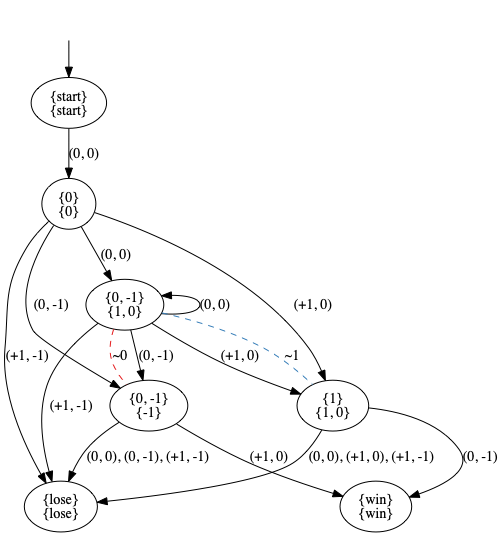
The Graphviz diagram pictures/GK.png in olandr/mkbsc, before a commit. Its source is kept beside it as pictures/GK.dot. Its diagram source:
```dot
digraph  {
concentrate=False;
nodesep=0.5;
ranksep=0.5;
splines=True;
4674569496 [label="{start}\n{start}"];
4674569552 [label="{0}\n{0}"];
4674569104 [label="{0, -1}\n{1, 0}"];
4674572184 [label="{1}\n{1, 0}"];
4674571568 [label="{0, -1}\n{-1}"];
4674571848 [label="{lose}\n{lose}"];
4674518936 [label="{win}\n{win}"];
hidden [label="", shape=none];
4674569496 -> 4674569552  [action="('0', '0')", key="('0', '0')", label="(0, 0)"];
4674569552 -> 4674569104  [action="('0', '0')", key="('0', '0')", label="(0, 0)"];
4674569552 -> 4674572184  [action="('+1', '0')", key="('+1', '0')", label="(+1, 0)"];
4674569552 -> 4674571568  [action="('0', '-1')", key="('0', '-1')", label="(0, -1)"];
4674569552 -> 4674571848  [action="('+1', '-1')", key="('+1', '-1')", label="(+1, -1)"];
4674569104 -> 4674569104  [action="('0', '0')", dir=back, key="('0', '0')", label="(0, 0)"];
4674569104 -> 4674572184  [action="('+1', '0')", key="('+1', '0')", label="(+1, 0)"];
4674569104 -> 4674572184  [arrowhead=none, color=2, colorscheme=set19, constraint=True, key=1, label="~1", style=dashed];
4674569104 -> 4674571568  [action="('0', '-1')", key="('0', '-1')", label="(0, -1)"];
4674569104 -> 4674571568  [arrowhead=none, color=1, colorscheme=set19, constraint=True, key=1, label="~0", style=dashed];
4674569104 -> 4674571848  [action="('+1', '-1')", key="('+1', '-1')", label="(+1, -1)"];
4674572184 -> 4674518936  [action="('0', '-1')", key="('0', '-1')", label="(0, -1)"];
4674572184 -> 4674571848  [action="(('0', '0'), ('+1', '0'), ('+1', '-1'))", key="(('0', '0'), ('+1', '0'), ('+1', '-1'))", label="(0, 0), (+1, 0), (+1, -1)"];
4674571568 -> 4674518936  [action="('+1', '0')", key="('+1', '0')", label="(+1, 0)"];
4674571568 -> 4674571848  [action="(('0', '0'), ('0', '-1'), ('+1', '-1'))", key="(('0', '0'), ('0', '-1'), ('+1', '-1'))", label="(0, 0), (0, -1), (+1, -1)"];
hidden -> 4674569496  [key=0];
}
```
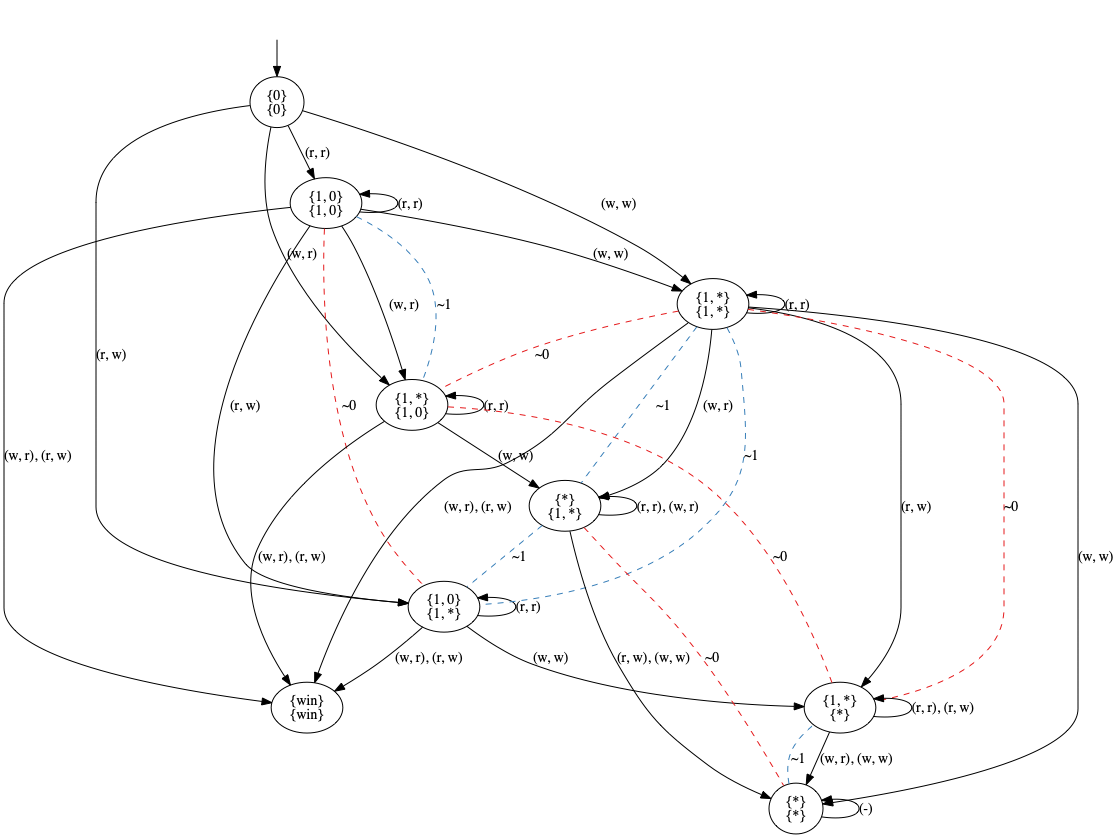
After the commit.

What changed in the source:
```diff
@@ -3,28 +3,50 @@
 nodesep=0.5;
 ranksep=0.5;
 splines=True;
-4674569496 [label="{start}\n{start}"];
-4674569552 [label="{0}\n{0}"];
-4674569104 [label="{0, -1}\n{1, 0}"];
-4674572184 [label="{1}\n{1, 0}"];
-4674571568 [label="{0, -1}\n{-1}"];
-4674571848 [label="{lose}\n{lose}"];
-4674518936 [label="{win}\n{win}"];
+4624182912 [label="{0}\n{0}"];
+4624182968 [label="{1, 0}\n{1, 0}"];
+4624182128 [label="{1, *}\n{1, 0}"];
+4624183248 [label="{1, 0}\n{1, *}"];
+4624180224 [label="{1, *}\n{1, *}"];
+4624180336 [label="{win}\n{win}"];
+4624114856 [label="{*}\n{1, *}"];
+4624115136 [label="{1, *}\n{*}"];
+4624115528 [label="{*}\n{*}"];
 hidden [label="", shape=none];
-4674569496 -> 4674569552  [action="('0', '0')", key="('0', '0')", label="(0, 0)"];
-4674569552 -> 4674569104  [action="('0', '0')", key="('0', '0')", label="(0, 0)"];
-4674569552 -> 4674572184  [action="('+1', '0')", key="('+1', '0')", label="(+1, 0)"];
-4674569552 -> 4674571568  [action="('0', '-1')", key="('0', '-1')", label="(0, -1)"];
-4674569552 -> 4674571848  [action="('+1', '-1')", key="('+1', '-1')", label="(+1, -1)"];
-4674569104 -> 4674569104  [action="('0', '0')", dir=back, key="('0', '0')", label="(0, 0)"];
-4674569104 -> 4674572184  [action="('+1', '0')", key="('+1', '0')", label="(+1, 0)"];
-4674569104 -> 4674572184  [arrowhead=none, color=2, colorscheme=set19, constraint=True, key=1, label="~1", style=dashed];
-4674569104 -> 4674571568  [action="('0', '-1')", key="('0', '-1')", label="(0, -1)"];
-4674569104 -> 4674571568  [arrowhead=none, color=1, colorscheme=set19, constraint=True, key=1, label="~0", style=dashed];
-4674569104 -> 4674571848  [action="('+1', '-1')", key="('+1', '-1')", label="(+1, -1)"];
-4674572184 -> 4674518936  [action="('0', '-1')", key="('0', '-1')", label="(0, -1)"];
-4674572184 -> 4674571848  [action="(('0', '0'), ('+1', '0'), ('+1', '-1'))", key="(('0', '0'), ('+1', '0'), ('+1', '-1'))", label="(0, 0), (+1, 0), (+1, -1)"];
-4674571568 -> 4674518936  [action="('+1', '0')", key="('+1', '0')", label="(+1, 0)"];
-4674571568 -> 4674571848  [action="(('0', '0'), ('0', '-1'), ('+1', '-1'))", key="(('0', '0'), ('0', '-1'), ('+1', '-1'))", label="(0, 0), (0, -1), (+1, -1)"];
-hidden -> 4674569496  [key=0];
+4624182912 -> 4624182968  [action="('r', 'r')", key="('r', 'r')", label="(r, r)"];
+4624182912 -> 4624182128  [action="('w', 'r')", key="('w', 'r')", label="(w, r)"];
+4624182912 -> 4624183248  [action="('r', 'w')", key="('r', 'w')", label="(r, w)"];
+4624182912 -> 4624180224  [action="('w', 'w')", key="('w', 'w')", label="(w, w)"];
+4624182968 -> 4624182968  [action="('r', 'r')", dir=back, key="('r', 'r')", label="(r, r)"];
+4624182968 -> 4624182128  [action="('w', 'r')", key="('w', 'r')", label="(w, r)"];
+4624182968 -> 4624182128  [arrowhead=none, color=2, colorscheme=set19, constraint=True, key=1, label="~1", style=dashed];
+4624182968 -> 4624183248  [action="('r', 'w')", key="('r', 'w')", label="(r, w)"];
+4624182968 -> 4624183248  [arrowhead=none, color=1, colorscheme=set19, constraint=True, key=1, label="~0", style=dashed];
+4624182968 -> 4624180224  [action="('w', 'w')", key="('w', 'w')", label="(w, w)"];
+4624182968 -> 4624180336  [action="(('w', 'r'), ('r', 'w'))", key="(('w', 'r'), ('r', 'w'))", label="(w, r), (r, w)"];
+4624182128 -> 4624182128  [action="('r', 'r')", dir=back, key="('r', 'r')", label="(r, r)"];
+4624182128 -> 4624114856  [action="('w', 'w')", key="('w', 'w')", label="(w, w)"];
+4624182128 -> 4624180336  [action="(('w', 'r'), ('r', 'w'))", key="(('w', 'r'), ('r', 'w'))", label="(w, r), (r, w)"];
+4624183248 -> 4624183248  [action="('r', 'r')", dir=back, key="('r', 'r')", label="(r, r)"];
+4624183248 -> 4624115136  [action="('w', 'w')", key="('w', 'w')", label="(w, w)"];
+4624183248 -> 4624180336  [action="(('w', 'r'), ('r', 'w'))", key="(('w', 'r'), ('r', 'w'))", label="(w, r), (r, w)"];
+4624180224 -> 4624180224  [action="('r', 'r')", dir=back, key="('r', 'r')", label="(r, r)"];
+4624180224 -> 4624114856  [action="('w', 'r')", key="('w', 'r')", label="(w, r)"];
+4624180224 -> 4624114856  [arrowhead=none, color=2, colorscheme=set19, constraint=True, key=1, label="~1", style=dashed];
+4624180224 -> 4624115136  [action="('r', 'w')", key="('r', 'w')", label="(r, w)"];
+4624180224 -> 4624115136  [arrowhead=none, color=1, colorscheme=set19, constraint=True, key=1, label="~0", style=dashed];
+4624180224 -> 4624115528  [action="('w', 'w')", key="('w', 'w')", label="(w, w)"];
+4624180224 -> 4624180336  [action="(('w', 'r'), ('r', 'w'))", key="(('w', 'r'), ('r', 'w'))", label="(w, r), (r, w)"];
+4624180224 -> 4624182128  [arrowhead=none, color=1, colorscheme=set19, constraint=True, key=0, label="~0", style=dashed];
+4624180224 -> 4624183248  [arrowhead=none, color=2, colorscheme=set19, constraint=True, key=0, label="~1", style=dashed];
+4624114856 -> 4624114856  [action="(('r', 'r'), ('w', 'r'))", dir=back, key="(('r', 'r'), ('w', 'r'))", label="(r, r), (w, r)"];
+4624114856 -> 4624115528  [action="(('r', 'w'), ('w', 'w'))", key="(('r', 'w'), ('w', 'w'))", label="(r, w), (w, w)"];
+4624114856 -> 4624115528  [arrowhead=none, color=1, colorscheme=set19, constraint=True, key=1, label="~0", style=dashed];
+4624114856 -> 4624183248  [arrowhead=none, color=2, colorscheme=set19, constraint=True, key=0, label="~1", style=dashed];
+4624115136 -> 4624115136  [action="(('r', 'r'), ('r', 'w'))", dir=back, key="(('r', 'r'), ('r', 'w'))", label="(r, r), (r, w)"];
+4624115136 -> 4624115528  [action="(('w', 'r'), ('w', 'w'))", key="(('w', 'r'), ('w', 'w'))", label="(w, r), (w, w)"];
+4624115136 -> 4624182128  [arrowhead=none, color=1, colorscheme=set19, constraint=True, key=0, label="~0", style=dashed];
+4624115528 -> 4624115528  [action="(('r', 'r'), ('w', 'r'), ('r', 'w'), ('w', 'w'))", dir=back, key="(('r', 'r'), ('w', 'r'), ('r', 'w'), ('w', 'w'))", label="(-)"];
+4624115528 -> 4624115136  [arrowhead=none, color=2, colorscheme=set19, constraint=True, key=0, label="~1", style=dashed];
+hidden -> 4624182912  [key=0];
 }
```
